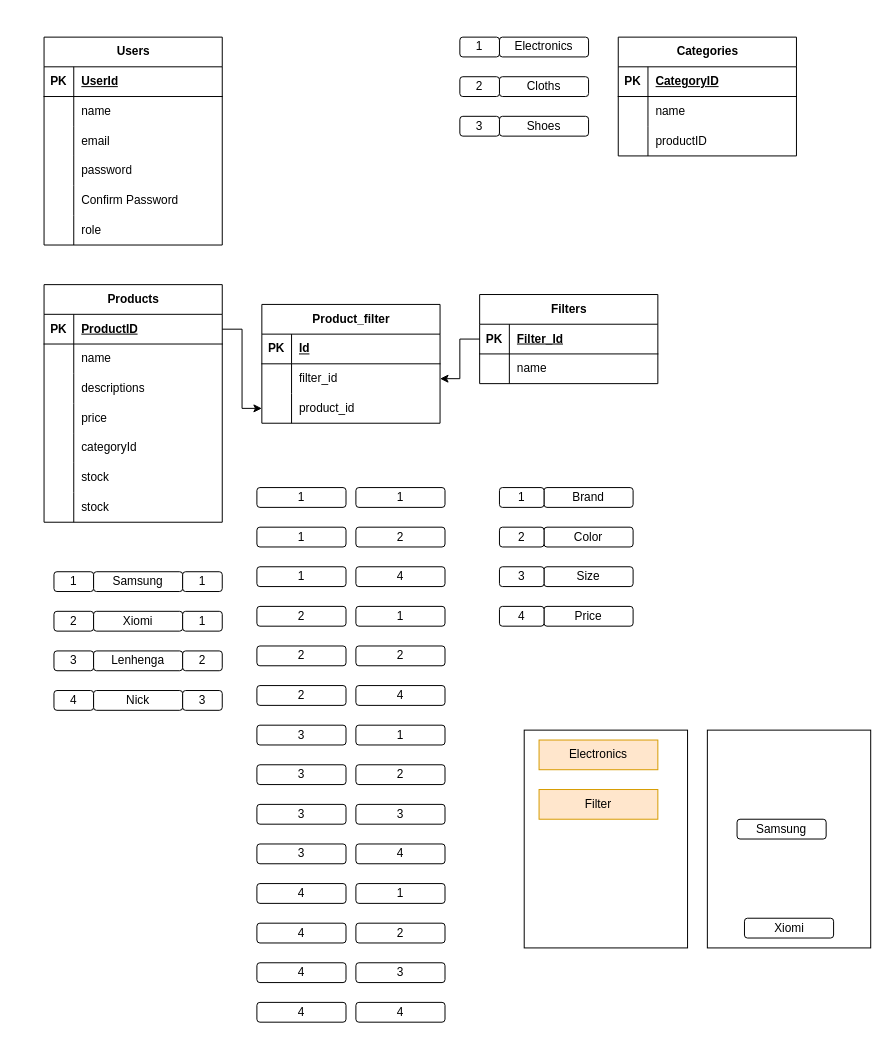
This is small_shop.drawio from prashanta1542/default, a draw.io file, before an edit. Source tidied: cells renumbered, new cells numbered last; positions are measured from the earlier drawing's top-left corner, leaving out a move shared by most shapes. Both pictures are drawn from the tidied source at 99%, with x=0, y=0 at pixel (44, 37).
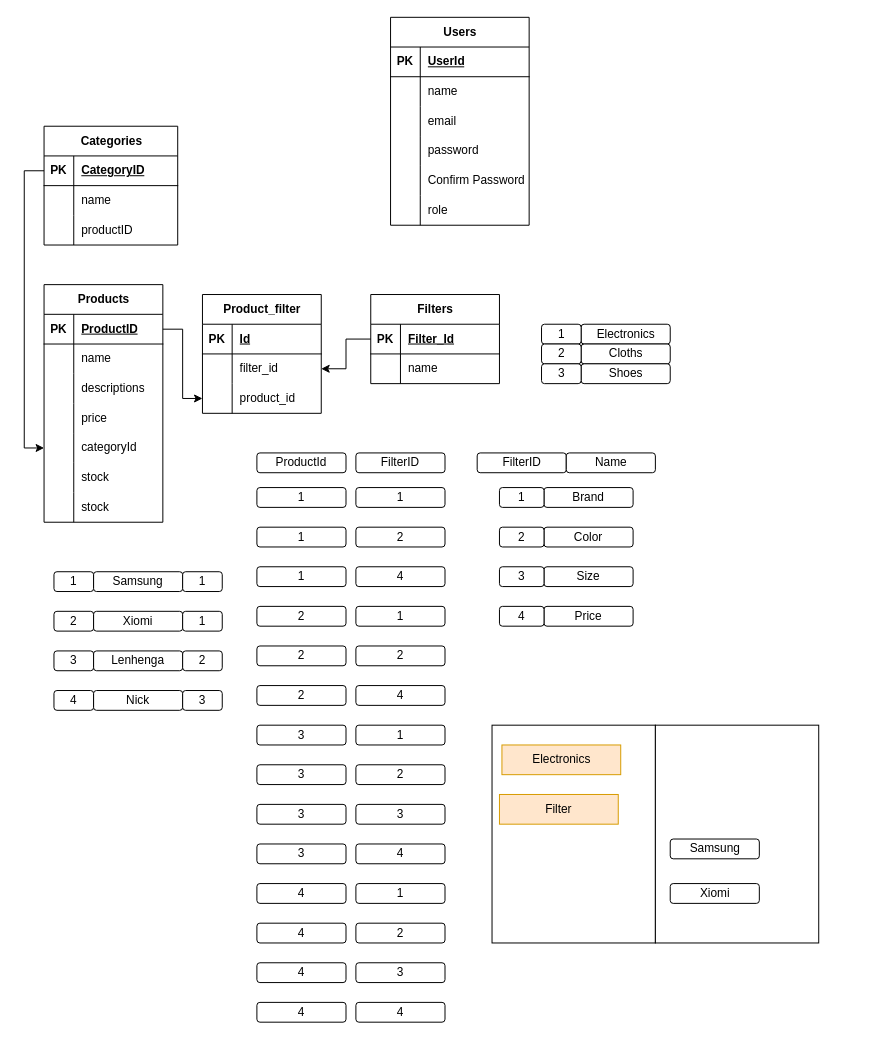
The same page after the edit.

The edit, as a diff of the source:
```diff
@@
     <mxCell id="2" value="Users" style="shape=table;startSize=30;childLayout=tableLayout;rowLines=0;fontStyle=1;align=center;html=1;" parent="1" vertex="1">
-      <mxGeometry width="180" height="210" as="geometry" />
+      <mxGeometry x="350" y="-20" width="140" height="210" as="geometry" />
     </mxCell>
     <mxCell id="3" style="shape=tableRow;horizontal=0;startSize=0;swimlaneHead=0;swimlaneBody=0;fillColor=none;top=0;left=0;right=0;bottom=1;" parent="2" vertex="1">
-      <mxGeometry y="30" width="180" height="30" as="geometry" />
+      <mxGeometry y="30" width="140" height="30" as="geometry" />
     </mxCell>
@@
     <mxCell id="5" value="UserId" style="shape=partialRectangle;fillColor=none;top=0;left=0;bottom=0;right=0;align=left;spacingLeft=6;fontStyle=5;overflow=hidden;whiteSpace=wrap;html=1;" parent="3" vertex="1">
-      <mxGeometry x="30" width="150" height="30" as="geometry" />
+      <mxGeometry x="30" width="110" height="30" as="geometry" />
     </mxCell>
     <mxCell id="6" style="shape=tableRow;horizontal=0;startSize=0;swimlaneHead=0;swimlaneBody=0;fillColor=none;top=0;left=0;right=0;bottom=0;" parent="2" vertex="1">
-      <mxGeometry y="60" width="180" height="30" as="geometry" />
+      <mxGeometry y="60" width="140" height="30" as="geometry" />
     </mxCell>
@@
     <mxCell id="8" value="name" style="shape=partialRectangle;fillColor=none;top=0;left=0;bottom=0;right=0;align=left;spacingLeft=6;overflow=hidden;whiteSpace=wrap;html=1;" parent="6" vertex="1">
-      <mxGeometry x="30" width="150" height="30" as="geometry" />
+      <mxGeometry x="30" width="110" height="30" as="geometry" />
     </mxCell>
     <mxCell id="9" style="shape=tableRow;horizontal=0;startSize=0;swimlaneHead=0;swimlaneBody=0;fillColor=none;top=0;left=0;right=0;bottom=0;" parent="2" vertex="1">
-      <mxGeometry y="90" width="180" height="30" as="geometry" />
+      <mxGeometry y="90" width="140" height="30" as="geometry" />
     </mxCell>
@@
     <mxCell id="11" value="email" style="shape=partialRectangle;fillColor=none;top=0;left=0;bottom=0;right=0;align=left;spacingLeft=6;overflow=hidden;whiteSpace=wrap;html=1;" parent="9" vertex="1">
-      <mxGeometry x="30" width="150" height="30" as="geometry" />
+      <mxGeometry x="30" width="110" height="30" as="geometry" />
     </mxCell>
     <mxCell id="12" style="shape=tableRow;horizontal=0;startSize=0;swimlaneHead=0;swimlaneBody=0;fillColor=none;top=0;left=0;right=0;bottom=0;" parent="2" vertex="1">
-      <mxGeometry y="120" width="180" height="30" as="geometry" />
+      <mxGeometry y="120" width="140" height="30" as="geometry" />
     </mxCell>
@@
     <mxCell id="14" value="password" style="shape=partialRectangle;fillColor=none;top=0;left=0;bottom=0;right=0;align=left;spacingLeft=6;overflow=hidden;whiteSpace=wrap;html=1;" parent="12" vertex="1">
-      <mxGeometry x="30" width="150" height="30" as="geometry" />
+      <mxGeometry x="30" width="110" height="30" as="geometry" />
     </mxCell>
     <mxCell id="15" style="shape=tableRow;horizontal=0;startSize=0;swimlaneHead=0;swimlaneBody=0;fillColor=none;top=0;left=0;right=0;bottom=0;" parent="2" vertex="1">
-      <mxGeometry y="150" width="180" height="30" as="geometry" />
+      <mxGeometry y="150" width="140" height="30" as="geometry" />
     </mxCell>
@@
     <mxCell id="17" value="Confirm Password" style="shape=partialRectangle;fillColor=none;top=0;left=0;bottom=0;right=0;align=left;spacingLeft=6;overflow=hidden;whiteSpace=wrap;html=1;" parent="15" vertex="1">
-      <mxGeometry x="30" width="150" height="30" as="geometry" />
+      <mxGeometry x="30" width="110" height="30" as="geometry" />
     </mxCell>
     <mxCell id="18" style="shape=tableRow;horizontal=0;startSize=0;swimlaneHead=0;swimlaneBody=0;fillColor=none;top=0;left=0;right=0;bottom=0;" parent="2" vertex="1">
-      <mxGeometry y="180" width="180" height="30" as="geometry" />
+      <mxGeometry y="180" width="140" height="30" as="geometry" />
     </mxCell>
@@
     <mxCell id="20" value="role" style="shape=partialRectangle;fillColor=none;top=0;left=0;bottom=0;right=0;align=left;spacingLeft=6;overflow=hidden;whiteSpace=wrap;html=1;" parent="18" vertex="1">
-      <mxGeometry x="30" width="150" height="30" as="geometry" />
+      <mxGeometry x="30" width="110" height="30" as="geometry" />
     </mxCell>
     <mxCell id="21" value="Products" style="shape=table;startSize=30;childLayout=tableLayout;rowLines=0;fontStyle=1;align=center;html=1;" parent="1" vertex="1">
-      <mxGeometry y="250" width="180" height="240" as="geometry" />
+      <mxGeometry y="250" width="120" height="240" as="geometry" />
     </mxCell>
     <mxCell id="22" style="shape=tableRow;horizontal=0;startSize=0;swimlaneHead=0;swimlaneBody=0;fillColor=none;points=[[0,0.5],[1,0.5]];portConstraint=eastwest;top=0;left=0;right=0;bottom=1;" parent="21" vertex="1">
-      <mxGeometry y="30" width="180" height="30" as="geometry" />
+      <mxGeometry y="30" width="120" height="30" as="geometry" />
     </mxCell>
@@
     <mxCell id="24" value="ProductID" style="shape=partialRectangle;fillColor=none;top=0;left=0;bottom=0;right=0;align=left;spacingLeft=6;fontStyle=5;overflow=hidden;whiteSpace=wrap;html=1;" parent="22" vertex="1">
-      <mxGeometry x="30" width="150" height="30" as="geometry" />
+      <mxGeometry x="30" width="90" height="30" as="geometry" />
     </mxCell>
     <mxCell id="25" style="shape=tableRow;horizontal=0;startSize=0;swimlaneHead=0;swimlaneBody=0;fillColor=none;top=0;left=0;right=0;bottom=0;" parent="21" vertex="1">
-      <mxGeometry y="60" width="180" height="30" as="geometry" />
+      <mxGeometry y="60" width="120" height="30" as="geometry" />
     </mxCell>
@@
     <mxCell id="27" value="name" style="shape=partialRectangle;fillColor=none;top=0;left=0;bottom=0;right=0;align=left;spacingLeft=6;overflow=hidden;whiteSpace=wrap;html=1;" parent="25" vertex="1">
-      <mxGeometry x="30" width="150" height="30" as="geometry" />
+      <mxGeometry x="30" width="90" height="30" as="geometry" />
     </mxCell>
     <mxCell id="28" style="shape=tableRow;horizontal=0;startSize=0;swimlaneHead=0;swimlaneBody=0;fillColor=none;top=0;left=0;right=0;bottom=0;" parent="21" vertex="1">
-      <mxGeometry y="90" width="180" height="30" as="geometry" />
+      <mxGeometry y="90" width="120" height="30" as="geometry" />
     </mxCell>
@@
     <mxCell id="30" value="descriptions" style="shape=partialRectangle;fillColor=none;top=0;left=0;bottom=0;right=0;align=left;spacingLeft=6;overflow=hidden;whiteSpace=wrap;html=1;" parent="28" vertex="1">
-      <mxGeometry x="30" width="150" height="30" as="geometry" />
+      <mxGeometry x="30" width="90" height="30" as="geometry" />
     </mxCell>
     <mxCell id="31" style="shape=tableRow;horizontal=0;startSize=0;swimlaneHead=0;swimlaneBody=0;fillColor=none;top=0;left=0;right=0;bottom=0;" parent="21" vertex="1">
-      <mxGeometry y="120" width="180" height="30" as="geometry" />
+      <mxGeometry y="120" width="120" height="30" as="geometry" />
     </mxCell>
@@
     <mxCell id="33" value="price" style="shape=partialRectangle;fillColor=none;top=0;left=0;bottom=0;right=0;align=left;spacingLeft=6;overflow=hidden;whiteSpace=wrap;html=1;" parent="31" vertex="1">
-      <mxGeometry x="30" width="150" height="30" as="geometry" />
+      <mxGeometry x="30" width="90" height="30" as="geometry" />
     </mxCell>
     <mxCell id="34" style="shape=tableRow;horizontal=0;startSize=0;swimlaneHead=0;swimlaneBody=0;fillColor=none;points=[[0,0.5],[1,0.5]];portConstraint=eastwest;top=0;left=0;right=0;bottom=0;" parent="21" vertex="1">
-      <mxGeometry y="150" width="180" height="30" as="geometry" />
+      <mxGeometry y="150" width="120" height="30" as="geometry" />
     </mxCell>
@@
     <mxCell id="36" value="categoryId" style="shape=partialRectangle;fillColor=none;top=0;left=0;bottom=0;right=0;align=left;spacingLeft=6;overflow=hidden;whiteSpace=wrap;html=1;" parent="34" vertex="1">
-      <mxGeometry x="30" width="150" height="30" as="geometry" />
+      <mxGeometry x="30" width="90" height="30" as="geometry" />
     </mxCell>
     <mxCell id="37" style="shape=tableRow;horizontal=0;startSize=0;swimlaneHead=0;swimlaneBody=0;fillColor=none;top=0;left=0;right=0;bottom=0;" parent="21" vertex="1">
-      <mxGeometry y="180" width="180" height="30" as="geometry" />
+      <mxGeometry y="180" width="120" height="30" as="geometry" />
     </mxCell>
@@
     <mxCell id="39" value="stock" style="shape=partialRectangle;fillColor=none;top=0;left=0;bottom=0;right=0;align=left;spacingLeft=6;overflow=hidden;whiteSpace=wrap;html=1;" parent="37" vertex="1">
-      <mxGeometry x="30" width="150" height="30" as="geometry" />
+      <mxGeometry x="30" width="90" height="30" as="geometry" />
     </mxCell>
     <mxCell id="40" style="shape=tableRow;horizontal=0;startSize=0;swimlaneHead=0;swimlaneBody=0;fillColor=none;top=0;left=0;right=0;bottom=0;" parent="21" vertex="1">
-      <mxGeometry y="210" width="180" height="30" as="geometry" />
+      <mxGeometry y="210" width="120" height="30" as="geometry" />
     </mxCell>
@@
     <mxCell id="42" value="stock" style="shape=partialRectangle;fillColor=none;top=0;left=0;bottom=0;right=0;align=left;spacingLeft=6;overflow=hidden;whiteSpace=wrap;html=1;" parent="40" vertex="1">
-      <mxGeometry x="30" width="150" height="30" as="geometry" />
+      <mxGeometry x="30" width="90" height="30" as="geometry" />
     </mxCell>
     <mxCell id="43" value="Categories" style="shape=table;startSize=30;childLayout=tableLayout;rowLines=0;fontStyle=1;align=center;html=1;" parent="1" vertex="1">
-      <mxGeometry x="580" width="180" height="120" as="geometry" />
+      <mxGeometry y="90" width="135" height="120" as="geometry" />
     </mxCell>
     <mxCell id="44" style="shape=tableRow;horizontal=0;startSize=0;swimlaneHead=0;swimlaneBody=0;fillColor=none;points=[[0,0.5],[1,0.5]];portConstraint=eastwest;top=0;left=0;right=0;bottom=1;" parent="43" vertex="1">
-      <mxGeometry y="30" width="180" height="30" as="geometry" />
+      <mxGeometry y="30" width="135" height="30" as="geometry" />
     </mxCell>
@@
     <mxCell id="46" value="CategoryID" style="shape=partialRectangle;fillColor=none;top=0;left=0;bottom=0;right=0;align=left;spacingLeft=6;fontStyle=5;overflow=hidden;whiteSpace=wrap;html=1;" parent="44" vertex="1">
-      <mxGeometry x="30" width="150" height="30" as="geometry" />
+      <mxGeometry x="30" width="105" height="30" as="geometry" />
     </mxCell>
     <mxCell id="47" style="shape=tableRow;horizontal=0;startSize=0;swimlaneHead=0;swimlaneBody=0;fillColor=none;top=0;left=0;right=0;bottom=0;" parent="43" vertex="1">
-      <mxGeometry y="60" width="180" height="30" as="geometry" />
+      <mxGeometry y="60" width="135" height="30" as="geometry" />
     </mxCell>
@@
     <mxCell id="49" value="name" style="shape=partialRectangle;fillColor=none;top=0;left=0;bottom=0;right=0;align=left;spacingLeft=6;overflow=hidden;whiteSpace=wrap;html=1;" parent="47" vertex="1">
-      <mxGeometry x="30" width="150" height="30" as="geometry" />
+      <mxGeometry x="30" width="105" height="30" as="geometry" />
     </mxCell>
     <mxCell id="50" style="shape=tableRow;horizontal=0;startSize=0;swimlaneHead=0;swimlaneBody=0;fillColor=none;top=0;left=0;right=0;bottom=0;" parent="43" vertex="1">
-      <mxGeometry y="90" width="180" height="30" as="geometry" />
+      <mxGeometry y="90" width="135" height="30" as="geometry" />
     </mxCell>
@@
     <mxCell id="52" value="productID" style="shape=partialRectangle;fillColor=none;top=0;left=0;bottom=0;right=0;align=left;spacingLeft=6;overflow=hidden;whiteSpace=wrap;html=1;" parent="50" vertex="1">
-      <mxGeometry x="30" width="150" height="30" as="geometry" />
+      <mxGeometry x="30" width="105" height="30" as="geometry" />
     </mxCell>
     <mxCell id="53" value="Filters" style="shape=table;startSize=30;childLayout=tableLayout;rowLines=0;fontStyle=1;align=center;html=1;" parent="1" vertex="1">
-      <mxGeometry x="440" y="260" width="180" height="90" as="geometry" />
+      <mxGeometry x="330" y="260" width="130" height="90" as="geometry" />
     </mxCell>
     <mxCell id="54" style="shape=tableRow;horizontal=0;startSize=0;swimlaneHead=0;swimlaneBody=0;fillColor=none;points=[[0,0.5],[1,0.5]];portConstraint=eastwest;top=0;left=0;right=0;bottom=1;" parent="53" vertex="1">
-      <mxGeometry y="30" width="180" height="30" as="geometry" />
+      <mxGeometry y="30" width="130" height="30" as="geometry" />
     </mxCell>
@@
     <mxCell id="56" value="Filter_Id" style="shape=partialRectangle;fillColor=none;top=0;left=0;bottom=0;right=0;align=left;spacingLeft=6;fontStyle=5;overflow=hidden;whiteSpace=wrap;html=1;" parent="54" vertex="1">
-      <mxGeometry x="30" width="150" height="30" as="geometry" />
+      <mxGeometry x="30" width="100" height="30" as="geometry" />
     </mxCell>
     <mxCell id="57" style="shape=tableRow;horizontal=0;startSize=0;swimlaneHead=0;swimlaneBody=0;fillColor=none;top=0;left=0;right=0;bottom=0;" parent="53" vertex="1">
-      <mxGeometry y="60" width="180" height="30" as="geometry" />
+      <mxGeometry y="60" width="130" height="30" as="geometry" />
     </mxCell>
@@
     <mxCell id="59" value="name" style="shape=partialRectangle;fillColor=none;top=0;left=0;bottom=0;right=0;align=left;spacingLeft=6;overflow=hidden;whiteSpace=wrap;html=1;" parent="57" vertex="1">
-      <mxGeometry x="30" width="150" height="30" as="geometry" />
+      <mxGeometry x="30" width="100" height="30" as="geometry" />
     </mxCell>
     <mxCell id="60" value="Product_filter" style="shape=table;startSize=30;childLayout=tableLayout;rowLines=0;fontStyle=1;align=center;html=1;" parent="1" vertex="1">
-      <mxGeometry x="220" y="270" width="180" height="120" as="geometry" />
+      <mxGeometry x="160" y="260" width="120" height="120" as="geometry" />
     </mxCell>
     <mxCell id="61" style="shape=tableRow;horizontal=0;startSize=0;swimlaneHead=0;swimlaneBody=0;fillColor=none;top=0;left=0;right=0;bottom=1;" parent="60" vertex="1">
-      <mxGeometry y="30" width="180" height="30" as="geometry" />
+      <mxGeometry y="30" width="120" height="30" as="geometry" />
     </mxCell>
@@
     <mxCell id="63" value="Id" style="shape=partialRectangle;fillColor=none;top=0;left=0;bottom=0;right=0;align=left;spacingLeft=6;fontStyle=5;overflow=hidden;whiteSpace=wrap;html=1;" parent="61" vertex="1">
-      <mxGeometry x="30" width="150" height="30" as="geometry" />
+      <mxGeometry x="30" width="90" height="30" as="geometry" />
     </mxCell>
     <mxCell id="64" style="shape=tableRow;horizontal=0;startSize=0;swimlaneHead=0;swimlaneBody=0;fillColor=none;points=[[0,0.5],[1,0.5]];portConstraint=eastwest;top=0;left=0;right=0;bottom=0;" parent="60" vertex="1">
-      <mxGeometry y="60" width="180" height="30" as="geometry" />
+      <mxGeometry y="60" width="120" height="30" as="geometry" />
     </mxCell>
@@
     <mxCell id="66" value="filter_id" style="shape=partialRectangle;fillColor=none;top=0;left=0;bottom=0;right=0;align=left;spacingLeft=6;overflow=hidden;whiteSpace=wrap;html=1;" parent="64" vertex="1">
-      <mxGeometry x="30" width="150" height="30" as="geometry" />
+      <mxGeometry x="30" width="90" height="30" as="geometry" />
     </mxCell>
     <mxCell id="67" style="shape=tableRow;horizontal=0;startSize=0;swimlaneHead=0;swimlaneBody=0;fillColor=none;points=[[0,0.5],[1,0.5]];portConstraint=eastwest;top=0;left=0;right=0;bottom=0;" parent="60" vertex="1">
-      <mxGeometry y="90" width="180" height="30" as="geometry" />
+      <mxGeometry y="90" width="120" height="30" as="geometry" />
     </mxCell>
@@
     <mxCell id="69" value="product_id" style="shape=partialRectangle;fillColor=none;top=0;left=0;bottom=0;right=0;align=left;spacingLeft=6;overflow=hidden;whiteSpace=wrap;html=1;" parent="67" vertex="1">
-      <mxGeometry x="30" width="150" height="30" as="geometry" />
+      <mxGeometry x="30" width="90" height="30" as="geometry" />
     </mxCell>
@@
     <mxCell id="80" value="Electronics" style="rounded=1;whiteSpace=wrap;html=1;" parent="1" vertex="1">
-      <mxGeometry x="460" width="90" height="20" as="geometry" />
+      <mxGeometry x="542.5" y="290" width="90" height="20" as="geometry" />
     </mxCell>
     <mxCell id="81" value="Cloths" style="rounded=1;whiteSpace=wrap;html=1;" parent="1" vertex="1">
-      <mxGeometry x="460" y="40" width="90" height="20" as="geometry" />
+      <mxGeometry x="542.5" y="310" width="90" height="20" as="geometry" />
     </mxCell>
     <mxCell id="82" value="Shoes" style="rounded=1;whiteSpace=wrap;html=1;" parent="1" vertex="1">
-      <mxGeometry x="460" y="80" width="90" height="20" as="geometry" />
+      <mxGeometry x="542.5" y="330" width="90" height="20" as="geometry" />
     </mxCell>
@@
     <mxCell id="119" style="whiteSpace=wrap;html=1;" parent="1" vertex="1">
-      <mxGeometry x="485" y="700" width="165" height="220" as="geometry" />
+      <mxGeometry x="452.5" y="695" width="165" height="220" as="geometry" />
     </mxCell>
     <mxCell id="120" value="Electronics" style="rounded=0;whiteSpace=wrap;html=1;fillColor=#ffe6cc;strokeColor=#d79b00;" parent="1" vertex="1">
-      <mxGeometry x="500" y="710" width="120" height="30" as="geometry" />
+      <mxGeometry x="462.5" y="715" width="120" height="30" as="geometry" />
     </mxCell>
     <mxCell id="121" style="whiteSpace=wrap;html=1;" parent="1" vertex="1">
-      <mxGeometry x="670" y="700" width="165" height="220" as="geometry" />
+      <mxGeometry x="617.5" y="695" width="165" height="220" as="geometry" />
     </mxCell>
     <mxCell id="122" value="Samsung" style="rounded=1;whiteSpace=wrap;html=1;" parent="1" vertex="1">
-      <mxGeometry x="700" y="790" width="90" height="20" as="geometry" />
+      <mxGeometry x="632.5" y="810" width="90" height="20" as="geometry" />
     </mxCell>
     <mxCell id="123" value="Xiomi" style="rounded=1;whiteSpace=wrap;html=1;" parent="1" vertex="1">
-      <mxGeometry x="707.5" y="890" width="90" height="20" as="geometry" />
+      <mxGeometry x="632.5" y="855" width="90" height="20" as="geometry" />
     </mxCell>
     <mxCell id="124" value="Filter" style="rounded=0;whiteSpace=wrap;html=1;fillColor=#ffe6cc;strokeColor=#d79b00;" parent="1" vertex="1">
-      <mxGeometry x="500" y="760" width="120" height="30" as="geometry" />
+      <mxGeometry x="460" y="765" width="120" height="30" as="geometry" />
     </mxCell>
     <mxCell id="125" value="1" style="rounded=1;whiteSpace=wrap;html=1;" parent="1" vertex="1">
-      <mxGeometry x="420" width="40" height="20" as="geometry" />
+      <mxGeometry x="502.5" y="290" width="40" height="20" as="geometry" />
     </mxCell>
     <mxCell id="126" value="2" style="rounded=1;whiteSpace=wrap;html=1;" parent="1" vertex="1">
-      <mxGeometry x="420" y="40" width="40" height="20" as="geometry" />
+      <mxGeometry x="502.5" y="310" width="40" height="20" as="geometry" />
     </mxCell>
     <mxCell id="127" value="3" style="rounded=1;whiteSpace=wrap;html=1;" parent="1" vertex="1">
-      <mxGeometry x="420" y="80" width="40" height="20" as="geometry" />
+      <mxGeometry x="502.5" y="330" width="40" height="20" as="geometry" />
     </mxCell>
@@
+    <mxCell id="132" value="ProductId" style="rounded=1;whiteSpace=wrap;html=1;" parent="1" vertex="1">
+      <mxGeometry x="215" y="420" width="90" height="20" as="geometry" />
+    </mxCell>
+    <mxCell id="133" value="FilterID" style="rounded=1;whiteSpace=wrap;html=1;" parent="1" vertex="1">
+      <mxGeometry x="315" y="420" width="90" height="20" as="geometry" />
+    </mxCell>
+    <mxCell id="134" value="FilterID" style="rounded=1;whiteSpace=wrap;html=1;" parent="1" vertex="1">
+      <mxGeometry x="437.5" y="420" width="90" height="20" as="geometry" />
+    </mxCell>
+    <mxCell id="135" value="Name" style="rounded=1;whiteSpace=wrap;html=1;" parent="1" vertex="1">
+      <mxGeometry x="527.5" y="420" width="90" height="20" as="geometry" />
+    </mxCell>
+    <mxCell id="136" style="edgeStyle=orthogonalEdgeStyle;rounded=0;jettySize=auto;html=1;entryX=0;entryY=0.5;entryDx=0;entryDy=0;" parent="1" edge="1" source="44" target="34">
+      <mxGeometry relative="1" as="geometry" />
+    </mxCell>
```
